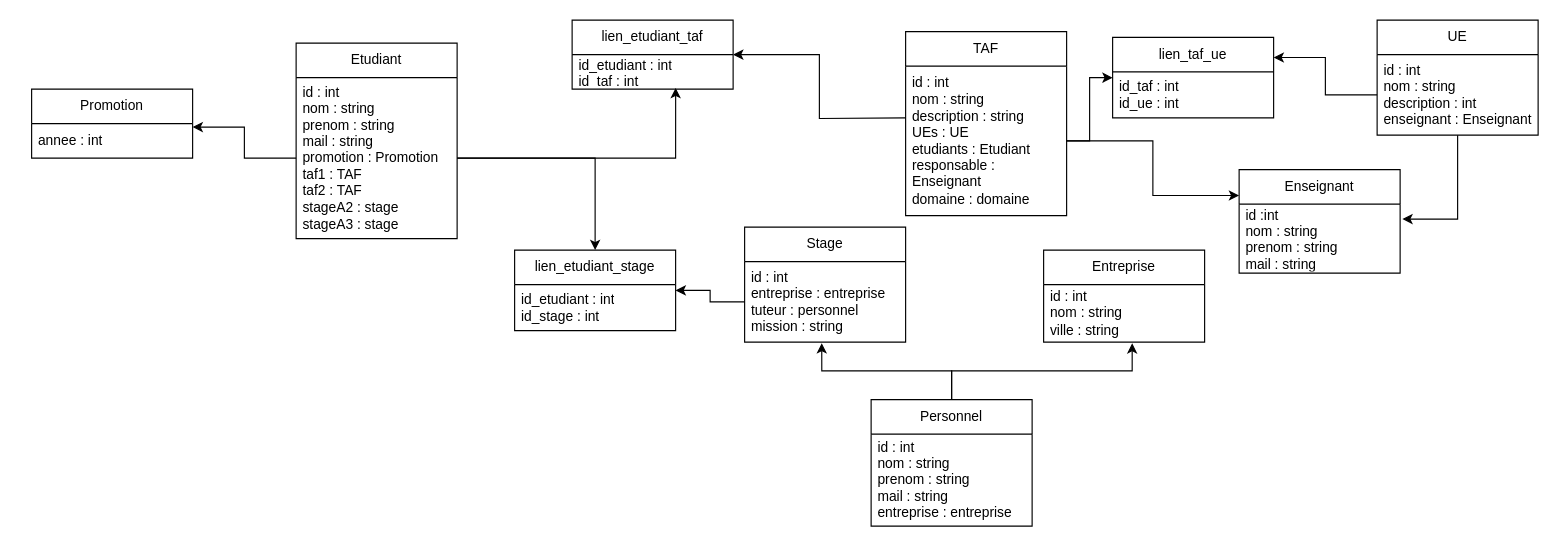
LaureVig/WebApp keeps this draw.io diagram as Diagramme sans nom.drawio. Above is the earlier version. Source tidied: cells renumbered, new cells numbered last; positions are measured from the earlier drawing's top-left corner, leaving out a move shared by most shapes. Both pictures are drawn from the tidied source at 115%, with x=0, y=0 at pixel (31, 20).
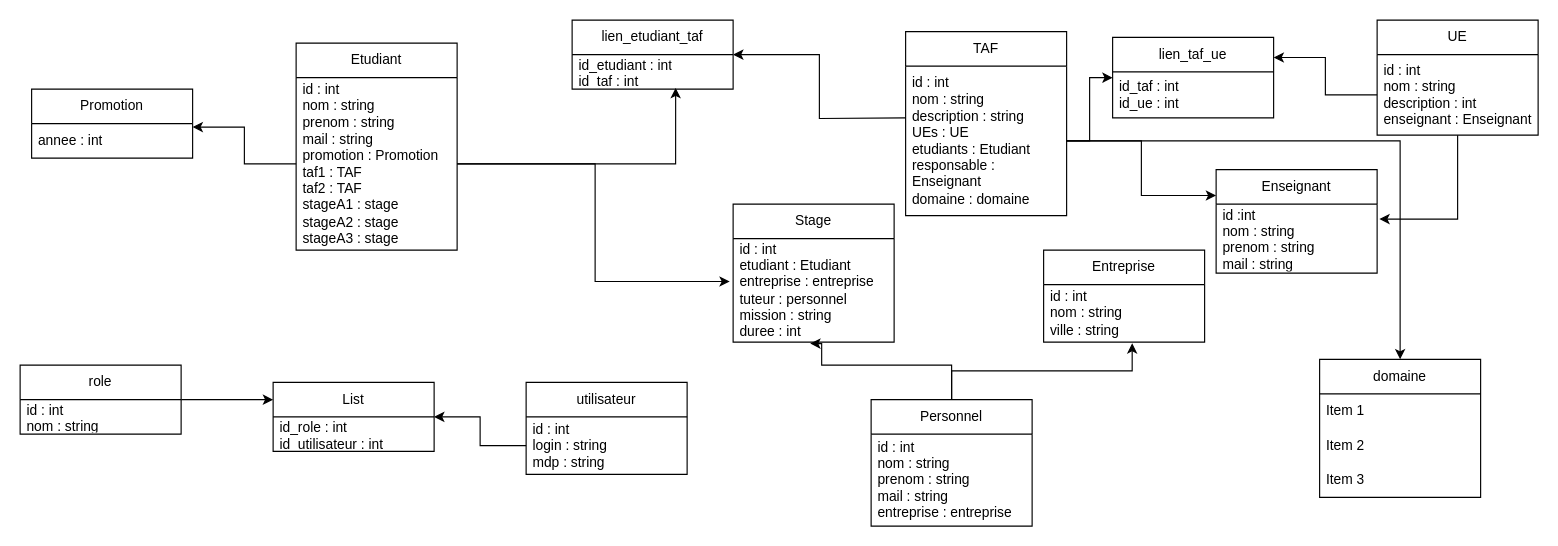
Above is the later version.

The change refers to these unchanged cells:
```xml
<mxCell id="8" value="id : int&lt;br&gt;nom : string&lt;br&gt;description : string&lt;br&gt;UEs : UE&lt;br&gt;etudiants : Etudiant&lt;br&gt;responsable : Enseignant&lt;br&gt;domaine : domaine" style="text;strokeColor=none;fillColor=none;align=left;verticalAlign=middle;spacingLeft=4;spacingRight=4;overflow=hidden;points=[[0,0.5],[1,0.5]];portConstraint=eastwest;whiteSpace=wrap;html=1;" parent="7" vertex="1">
  <mxGeometry y="30" width="140" height="130" as="geometry" />
</mxCell>
<mxCell id="33" value="Personnel" style="swimlane;fontStyle=0;horizontal=1;startSize=30;whiteSpace=wrap;html=1;" parent="1" vertex="1">
  <mxGeometry x="730" y="330" width="140" height="110" as="geometry" />
</mxCell>
```

Change to the diagram source:
```diff
@@
     <mxCell id="2" value="Etudiant" style="swimlane;fontStyle=0;horizontal=1;startSize=30;whiteSpace=wrap;html=1;" parent="1" vertex="1">
-      <mxGeometry x="230" y="20" width="140" height="170" as="geometry" />
+      <mxGeometry x="230" y="20" width="140" height="180" as="geometry" />
     </mxCell>
-    <mxCell id="3" value="id : int&lt;br&gt;nom : string&lt;br&gt;prenom : string&lt;br&gt;mail : string&lt;br&gt;promotion : Promotion&lt;br&gt;taf1 : TAF&lt;br&gt;taf2 : TAF&lt;br&gt;stageA2 : stage&lt;br&gt;stageA3 : stage" style="text;strokeColor=none;fillColor=none;align=left;verticalAlign=middle;spacingLeft=4;spacingRight=4;overflow=hidden;points=[[0,0.5],[1,0.5]];portConstraint=eastwest;whiteSpace=wrap;html=1;" parent="2" vertex="1">
-      <mxGeometry y="30" width="140" height="140" as="geometry" />
+    <mxCell id="3" value="id : int&lt;br&gt;nom : string&lt;br&gt;prenom : string&lt;br&gt;mail : string&lt;br&gt;promotion : Promotion&lt;br&gt;taf1 : TAF&lt;br&gt;taf2 : TAF&lt;br&gt;stageA1 : stage&lt;br&gt;stageA2 : stage&lt;br&gt;stageA3 : stage" style="text;strokeColor=none;fillColor=none;align=left;verticalAlign=middle;spacingLeft=4;spacingRight=4;overflow=hidden;points=[[0,0.5],[1,0.5]];portConstraint=eastwest;whiteSpace=wrap;html=1;" parent="2" vertex="1">
+      <mxGeometry y="30" width="140" height="150" as="geometry" />
     </mxCell>
@@
     <mxCell id="13" value="Stage" style="swimlane;fontStyle=0;horizontal=1;startSize=30;whiteSpace=wrap;html=1;" parent="1" vertex="1">
-      <mxGeometry x="620" y="180" width="140" height="100" as="geometry" />
+      <mxGeometry x="610" y="160" width="140" height="120" as="geometry" />
     </mxCell>
-    <mxCell id="14" value="id : int&lt;br&gt;entreprise : entreprise&lt;br&gt;tuteur : personnel&lt;br&gt;mission : string" style="text;strokeColor=none;fillColor=none;align=left;verticalAlign=middle;spacingLeft=4;spacingRight=4;overflow=hidden;points=[[0,0.5],[1,0.5]];portConstraint=eastwest;whiteSpace=wrap;html=1;" parent="13" vertex="1">
-      <mxGeometry y="30" width="140" height="70" as="geometry" />
+    <mxCell id="14" value="id : int&lt;br&gt;etudiant : Etudiant&lt;br&gt;entreprise : entreprise&lt;br&gt;tuteur : personnel&lt;br&gt;mission : string&lt;br&gt;duree : int" style="text;strokeColor=none;fillColor=none;align=left;verticalAlign=middle;spacingLeft=4;spacingRight=4;overflow=hidden;points=[[0,0.5],[1,0.5]];portConstraint=eastwest;whiteSpace=wrap;html=1;" parent="13" vertex="1">
+      <mxGeometry y="30" width="140" height="90" as="geometry" />
     </mxCell>
-    <mxCell id="15" value="lien_etudiant_stage" style="swimlane;fontStyle=0;horizontal=1;startSize=30;whiteSpace=wrap;html=1;" parent="1" vertex="1">
-      <mxGeometry x="420" y="200" width="140" height="70" as="geometry" />
-    </mxCell>
-    <mxCell id="16" value="id_etudiant : int&lt;br&gt;id_stage : int" style="text;strokeColor=none;fillColor=none;align=left;verticalAlign=middle;spacingLeft=4;spacingRight=4;overflow=hidden;whiteSpace=wrap;html=1;" parent="15" vertex="1">
-      <mxGeometry y="30" width="140" height="40" as="geometry" />
-    </mxCell>
-    <mxCell id="17" style="edgeStyle=orthogonalEdgeStyle;rounded=0;jettySize=auto;html=1;" parent="1" edge="1" source="3" target="15">
+    <mxCell id="17" style="edgeStyle=orthogonalEdgeStyle;rounded=0;jettySize=auto;html=1;entryX=-0.021;entryY=0.414;entryDx=0;entryDy=0;entryPerimeter=0;" parent="1" edge="1" source="3" target="14">
       <mxGeometry relative="1" as="geometry" />
     </mxCell>
-    <mxCell id="18" style="edgeStyle=orthogonalEdgeStyle;rounded=0;jettySize=auto;html=1;" parent="1" edge="1" source="14" target="15">
-      <mxGeometry relative="1" as="geometry" />
-    </mxCell>
@@
     <mxCell id="28" value="Enseignant" style="swimlane;fontStyle=0;horizontal=1;startSize=30;whiteSpace=wrap;html=1;" parent="1" vertex="1">
-      <mxGeometry x="1050" y="130" width="140" height="90" as="geometry" />
+      <mxGeometry x="1030" y="130" width="140" height="90" as="geometry" />
     </mxCell>
@@
     <mxCell id="32" style="edgeStyle=orthogonalEdgeStyle;rounded=0;jettySize=auto;html=1;entryX=0.479;entryY=1.014;entryDx=0;entryDy=0;entryPerimeter=0;" parent="1" edge="1" source="33" target="14">
-      <mxGeometry relative="1" as="geometry" />
+      <mxGeometry relative="1" as="geometry">
+        <Array as="points">
+          <mxPoint x="800" y="300" />
+          <mxPoint x="687" y="300" />
+        </Array>
+      </mxGeometry>
     </mxCell>
@@
+    <mxCell id="35" value="domaine" style="swimlane;fontStyle=0;horizontal=1;startSize=30;whiteSpace=wrap;html=1;" parent="1" vertex="1">
+      <mxGeometry x="1120" y="295" width="140" height="120" as="geometry" />
+    </mxCell>
+    <mxCell id="36" value="Item 1" style="text;strokeColor=none;fillColor=none;align=left;verticalAlign=middle;spacingLeft=4;spacingRight=4;overflow=hidden;whiteSpace=wrap;html=1;" parent="35" vertex="1">
+      <mxGeometry y="30" width="140" height="30" as="geometry" />
+    </mxCell>
+    <mxCell id="37" value="Item 2" style="text;strokeColor=none;fillColor=none;align=left;verticalAlign=middle;spacingLeft=4;spacingRight=4;overflow=hidden;whiteSpace=wrap;html=1;" parent="35" vertex="1">
+      <mxGeometry y="60" width="140" height="30" as="geometry" />
+    </mxCell>
+    <mxCell id="38" value="Item 3" style="text;strokeColor=none;fillColor=none;align=left;verticalAlign=middle;spacingLeft=4;spacingRight=4;overflow=hidden;whiteSpace=wrap;html=1;" parent="35" vertex="1">
+      <mxGeometry y="90" width="140" height="30" as="geometry" />
+    </mxCell>
+    <mxCell id="39" style="edgeStyle=orthogonalEdgeStyle;rounded=0;jettySize=auto;html=1;" parent="1" edge="1" source="8" target="35">
+      <mxGeometry relative="1" as="geometry" />
+    </mxCell>
+    <mxCell id="40" style="edgeStyle=orthogonalEdgeStyle;rounded=0;jettySize=auto;html=1;entryX=0;entryY=0.25;entryDx=0;entryDy=0;" parent="1" edge="1" source="41" target="43">
+      <mxGeometry relative="1" as="geometry" />
+    </mxCell>
+    <mxCell id="41" value="role" style="swimlane;fontStyle=0;horizontal=1;startSize=30;whiteSpace=wrap;html=1;" parent="1" vertex="1">
+      <mxGeometry x="-10" y="300" width="140" height="60" as="geometry" />
+    </mxCell>
+    <mxCell id="42" value="id : int&lt;br&gt;nom : string" style="text;strokeColor=none;fillColor=none;align=left;verticalAlign=middle;spacingLeft=4;spacingRight=4;overflow=hidden;whiteSpace=wrap;html=1;" parent="41" vertex="1">
+      <mxGeometry y="30" width="140" height="30" as="geometry" />
+    </mxCell>
+    <mxCell id="43" value="List" style="swimlane;fontStyle=0;horizontal=1;startSize=30;whiteSpace=wrap;html=1;" parent="1" vertex="1">
+      <mxGeometry x="210" y="315" width="140" height="60" as="geometry" />
+    </mxCell>
+    <mxCell id="44" value="id_role : int&lt;br&gt;id_utilisateur : int" style="text;strokeColor=none;fillColor=none;align=left;verticalAlign=middle;spacingLeft=4;spacingRight=4;overflow=hidden;whiteSpace=wrap;html=1;" parent="43" vertex="1">
+      <mxGeometry y="30" width="140" height="30" as="geometry" />
+    </mxCell>
+    <mxCell id="45" value="utilisateur" style="swimlane;fontStyle=0;horizontal=1;startSize=30;whiteSpace=wrap;html=1;" parent="1" vertex="1">
+      <mxGeometry x="430" y="315" width="140" height="80" as="geometry" />
+    </mxCell>
+    <mxCell id="46" value="id : int&lt;br&gt;login : string&lt;br&gt;mdp : string" style="text;strokeColor=none;fillColor=none;align=left;verticalAlign=middle;spacingLeft=4;spacingRight=4;overflow=hidden;points=[[0,0.5],[1,0.5]];portConstraint=eastwest;whiteSpace=wrap;html=1;" parent="45" vertex="1">
+      <mxGeometry y="30" width="140" height="50" as="geometry" />
+    </mxCell>
+    <mxCell id="47" style="edgeStyle=orthogonalEdgeStyle;rounded=0;jettySize=auto;html=1;entryX=1;entryY=0.5;entryDx=0;entryDy=0;" parent="1" edge="1" source="46" target="43">
+      <mxGeometry relative="1" as="geometry" />
+    </mxCell>
```
